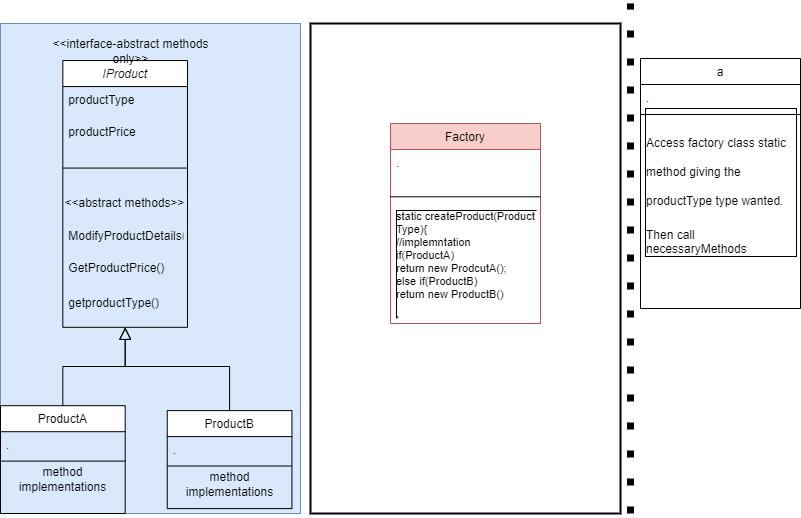
Earlier version of the draw.io export FactoryDesignPattern.png (janwangx/Design-Patterns). Source tidied: cells renumbered, new cells last; positions are measured from the earlier drawing's top-left corner, leaving out a move shared by most shapes. The source it was exported from:
```xml
<mxGraphModel>
  <root>
    <mxCell id="0" />
    <mxCell id="1" parent="0" />
    <mxCell id="2" value="a" style="swimlane;fontStyle=0;align=center;verticalAlign=top;horizontal=1;startSize=26;rounded=0;shadow=0;strokeWidth=1;" parent="1" vertex="1">
      <mxGeometry x="640" y="55" width="160" height="250" as="geometry" />
    </mxCell>
    <mxCell id="3" value="." style="text;align=left;verticalAlign=top;spacingLeft=4;spacingRight=4;overflow=hidden;" parent="2" vertex="1">
      <mxGeometry y="26" width="160" height="26" as="geometry" />
    </mxCell>
    <mxCell id="4" style="line;html=1;strokeWidth=1;align=left;verticalAlign=middle;spacingTop=-1;spacingLeft=3;spacingRight=3;labelPosition=right;" parent="2" vertex="1">
      <mxGeometry y="52" width="160" height="8" as="geometry" />
    </mxCell>
    <mxCell id="5" value="&lt;h1&gt;&lt;span style=&quot;font-size: 12px ; font-weight: 400 ; text-align: center&quot;&gt;Access factory class static method giving the productType type wanted.&lt;/span&gt;&lt;br&gt;&lt;/h1&gt;&lt;div&gt;&lt;span style=&quot;font-size: 12px ; font-weight: 400 ; text-align: center&quot;&gt;Then call necessaryMethods&lt;/span&gt;&lt;/div&gt;" style="text;html=1;strokeColor=none;fillColor=none;spacing=5;spacingTop=-20;whiteSpace=wrap;overflow=hidden;rounded=0;labelBorderColor=default;fontColor=#000000;" parent="2" vertex="1">
      <mxGeometry y="60" width="160" height="160" as="geometry" />
    </mxCell>
    <mxCell id="6" style="endArrow=none;dashed=1;html=1;dashPattern=1 3;strokeWidth=7;rounded=0;fontColor=#000000;strokeColor=#000000;" parent="1" edge="1">
      <mxGeometry relative="1" as="geometry">
        <mxPoint x="630" y="510" as="sourcePoint" />
        <mxPoint x="630" as="targetPoint" />
      </mxGeometry>
    </mxCell>
    <mxCell id="7" style="group;" parent="1" vertex="1">
      <mxGeometry y="20" width="300" height="490" as="geometry" />
    </mxCell>
    <mxCell id="8" style="group;fillColor=#dae8fc;strokeColor=#6c8ebf;" parent="7" vertex="1">
      <mxGeometry width="300" height="490" as="geometry" />
    </mxCell>
    <mxCell id="9" value="ProductA" style="swimlane;fontStyle=0;align=center;verticalAlign=top;horizontal=1;startSize=26;rounded=0;shadow=0;strokeWidth=1;" parent="7" vertex="1">
      <mxGeometry y="382.2" width="124.7" height="107.8" as="geometry" />
    </mxCell>
    <mxCell id="10" value="." style="text;align=left;verticalAlign=top;spacingLeft=4;spacingRight=4;overflow=hidden;" parent="9" vertex="1">
      <mxGeometry y="26" width="124.7" height="25.5" as="geometry" />
    </mxCell>
    <mxCell id="11" style="line;html=1;strokeWidth=1;align=left;verticalAlign=middle;spacingTop=-1;spacingLeft=3;spacingRight=3;labelPosition=right;" parent="9" vertex="1">
      <mxGeometry y="51.5" width="124.7" height="7.8" as="geometry" />
    </mxCell>
    <mxCell id="12" value="method implementations" style="text;html=1;strokeColor=none;fillColor=none;align=center;verticalAlign=middle;whiteSpace=wrap;rounded=0;" parent="9" vertex="1">
      <mxGeometry y="59.3" width="124.7" height="29.4" as="geometry" />
    </mxCell>
    <mxCell id="13" style="endArrow=block;endSize=10;endFill=0;shadow=0;strokeWidth=1;rounded=0;edgeStyle=elbowEdgeStyle;elbow=vertical;entryX=0.5;entryY=1;entryDx=0;entryDy=0;" parent="7" edge="1" source="9" target="20">
      <mxGeometry relative="1" as="geometry">
        <Array as="points">
          <mxPoint x="62.3" y="343" />
          <mxPoint x="187" y="372.4" />
          <mxPoint x="109.1" y="382.2" />
          <mxPoint x="132.5" y="421.4" />
        </Array>
      </mxGeometry>
    </mxCell>
    <mxCell id="14" value="ProductB" style="swimlane;fontStyle=0;align=center;verticalAlign=top;horizontal=1;startSize=26;rounded=0;shadow=0;strokeWidth=1;" parent="7" vertex="1">
      <mxGeometry x="166.8" y="387.1" width="124.7" height="98" as="geometry" />
    </mxCell>
    <mxCell id="15" value="." style="text;align=left;verticalAlign=top;spacingLeft=4;spacingRight=4;overflow=hidden;" parent="14" vertex="1">
      <mxGeometry y="26" width="124.7" height="25.5" as="geometry" />
    </mxCell>
    <mxCell id="16" style="line;html=1;strokeWidth=1;align=left;verticalAlign=middle;spacingTop=-1;spacingLeft=3;spacingRight=3;labelPosition=right;" parent="14" vertex="1">
      <mxGeometry y="51.5" width="124.7" height="7.8" as="geometry" />
    </mxCell>
    <mxCell id="17" value="method implementations" style="text;html=1;strokeColor=none;fillColor=none;align=center;verticalAlign=middle;whiteSpace=wrap;rounded=0;" parent="14" vertex="1">
      <mxGeometry y="59.3" width="124.7" height="29.4" as="geometry" />
    </mxCell>
    <mxCell id="18" style="endArrow=block;endSize=10;endFill=0;shadow=0;strokeWidth=1;rounded=0;edgeStyle=elbowEdgeStyle;elbow=vertical;exitX=0.5;exitY=0;exitDx=0;exitDy=0;entryX=0.5;entryY=1;entryDx=0;entryDy=0;" parent="7" edge="1" source="14" target="20">
      <mxGeometry relative="1" as="geometry">
        <Array as="points">
          <mxPoint x="124.7" y="343" />
          <mxPoint x="163.6" y="372.4" />
          <mxPoint x="163.6" y="362.6" />
          <mxPoint x="187" y="382.2" />
          <mxPoint x="96.6" y="372.4" />
          <mxPoint x="143.4" y="392" />
          <mxPoint x="182.3" y="421.4" />
          <mxPoint x="135.6" y="392" />
          <mxPoint x="213.5" y="421.4" />
          <mxPoint x="127.8" y="392" />
        </Array>
      </mxGeometry>
    </mxCell>
    <mxCell id="19" style="group;" parent="7" vertex="1">
      <mxGeometry x="62.3" width="214.3" height="303.8" as="geometry" />
    </mxCell>
    <mxCell id="20" value="IProduct" style="swimlane;fontStyle=2;align=center;verticalAlign=top;horizontal=1;startSize=26;rounded=0;shadow=0;strokeWidth=1;" parent="19" vertex="1">
      <mxGeometry y="37" width="124.7" height="266.8" as="geometry" />
    </mxCell>
    <mxCell id="21" value="productType" style="text;align=left;verticalAlign=top;spacingLeft=4;spacingRight=4;overflow=hidden;rounded=0;shadow=0;html=0;" parent="20" vertex="1">
      <mxGeometry y="26" width="124.7" height="32.1" as="geometry" />
    </mxCell>
    <mxCell id="22" value="productPrice" style="text;align=left;verticalAlign=top;spacingLeft=4;spacingRight=4;overflow=hidden;rounded=0;shadow=0;html=0;" parent="20" vertex="1">
      <mxGeometry y="58.1" width="124.7" height="32.1" as="geometry" />
    </mxCell>
    <mxCell id="23" style="line;html=1;strokeWidth=1;align=left;verticalAlign=middle;spacingTop=-1;spacingLeft=3;spacingRight=3;labelPosition=right;" parent="20" vertex="1">
      <mxGeometry y="90.2" width="124.7" height="34.6" as="geometry" />
    </mxCell>
    <mxCell id="24" value="&amp;lt;&amp;lt;abstract methods&amp;gt;&amp;gt;" style="text;html=1;strokeColor=none;fillColor=none;align=center;verticalAlign=middle;whiteSpace=wrap;rounded=0;" parent="20" vertex="1">
      <mxGeometry y="124.8" width="124.7" height="37" as="geometry" />
    </mxCell>
    <mxCell id="25" value="ModifyProductDetails()" style="text;align=left;verticalAlign=top;spacingLeft=4;spacingRight=4;overflow=hidden;rounded=0;shadow=0;html=0;" parent="20" vertex="1">
      <mxGeometry y="161.8" width="124.7" height="32.1" as="geometry" />
    </mxCell>
    <mxCell id="26" value="GetProductPrice()" style="text;align=left;verticalAlign=top;spacingLeft=4;spacingRight=4;overflow=hidden;" parent="20" vertex="1">
      <mxGeometry y="194" width="124.7" height="34.6" as="geometry" />
    </mxCell>
    <mxCell id="27" value="getproductType()" style="text;align=left;verticalAlign=top;spacingLeft=4;spacingRight=4;overflow=hidden;" parent="20" vertex="1">
      <mxGeometry y="228.5" width="124.7" height="32.1" as="geometry" />
    </mxCell>
    <mxCell id="28" value="&amp;lt;&amp;lt;interface-abstract methods only&amp;gt;&amp;gt;" style="text;html=1;strokeColor=none;fillColor=none;align=center;verticalAlign=middle;whiteSpace=wrap;rounded=0;" parent="19" vertex="1">
      <mxGeometry x="-19.5" y="9.8" width="175.3" height="37" as="geometry" />
    </mxCell>
    <mxCell id="29" style="group;strokeWidth=2;strokeColor=default;" parent="1" vertex="1">
      <mxGeometry x="310" y="20" width="310" height="490" as="geometry" />
    </mxCell>
    <mxCell id="30" value="Factory" style="swimlane;fontStyle=0;align=center;verticalAlign=top;horizontal=1;startSize=26;rounded=0;shadow=0;strokeWidth=1;strokeColor=#b85450;fillColor=#f8cecc;" parent="1" vertex="1">
      <mxGeometry x="390" y="120" width="150" height="200" as="geometry" />
    </mxCell>
    <mxCell id="31" style="group;" parent="30" vertex="1">
      <mxGeometry y="26" width="150" height="164" as="geometry" />
    </mxCell>
    <mxCell id="32" value="." style="text;align=left;verticalAlign=top;spacingLeft=4;spacingRight=4;overflow=hidden;" parent="31" vertex="1">
      <mxGeometry width="150" height="41" as="geometry" />
    </mxCell>
    <mxCell id="33" style="line;html=1;strokeWidth=1;align=left;verticalAlign=middle;spacingTop=-1;spacingLeft=3;spacingRight=3;labelPosition=right;" parent="31" vertex="1">
      <mxGeometry y="41" width="150" height="12.6" as="geometry" />
    </mxCell>
    <mxCell id="34" value="static createProduct(Product&#10;Type){&#10;//implemntation&#10;if(ProductA)&#10;return new ProdcutA();&#10;else if(ProductB)&#10;return new ProductB()&#10;&#10;}" style="text;align=left;verticalAlign=top;spacingLeft=4;spacingRight=4;overflow=hidden;labelBorderColor=default;fontSize=11;strokeWidth=2;" parent="31" vertex="1">
      <mxGeometry y="53.6" width="150" height="110.4" as="geometry" />
    </mxCell>
  </root>
</mxGraphModel>
```
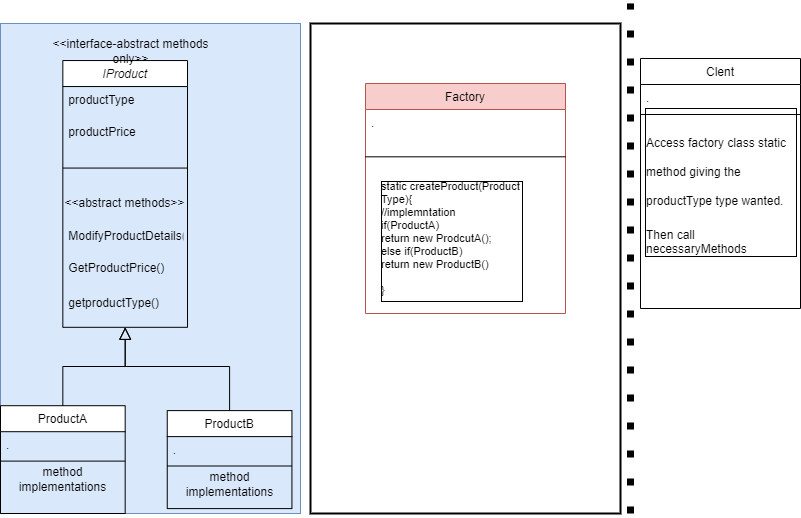
After the change.

What changed in the source:
```diff
@@ -2,7 +2,7 @@
   <root>
     <mxCell id="0" />
     <mxCell id="1" parent="0" />
-    <mxCell id="2" value="a" style="swimlane;fontStyle=0;align=center;verticalAlign=top;horizontal=1;startSize=26;rounded=0;shadow=0;strokeWidth=1;" parent="1" vertex="1">
+    <mxCell id="2" value="Clent" style="swimlane;fontStyle=0;align=center;verticalAlign=top;horizontal=1;startSize=26;rounded=0;shadow=0;strokeWidth=1;" parent="1" vertex="1">
       <mxGeometry x="640" y="55" width="160" height="250" as="geometry" />
     </mxCell>
     <mxCell id="3" value="." style="text;align=left;verticalAlign=top;spacingLeft=4;spacingRight=4;overflow=hidden;" parent="2" vertex="1">
@@ -110,19 +110,19 @@
       <mxGeometry x="310" y="20" width="310" height="490" as="geometry" />
     </mxCell>
     <mxCell id="30" value="Factory" style="swimlane;fontStyle=0;align=center;verticalAlign=top;horizontal=1;startSize=26;rounded=0;shadow=0;strokeWidth=1;strokeColor=#b85450;fillColor=#f8cecc;" parent="1" vertex="1">
-      <mxGeometry x="390" y="120" width="150" height="200" as="geometry" />
+      <mxGeometry x="365" y="80" width="200" height="230" as="geometry" />
     </mxCell>
     <mxCell id="31" style="group;" parent="30" vertex="1">
-      <mxGeometry y="26" width="150" height="164" as="geometry" />
+      <mxGeometry y="26" width="200" height="180" as="geometry" />
     </mxCell>
     <mxCell id="32" value="." style="text;align=left;verticalAlign=top;spacingLeft=4;spacingRight=4;overflow=hidden;" parent="31" vertex="1">
       <mxGeometry width="150" height="41" as="geometry" />
     </mxCell>
     <mxCell id="33" style="line;html=1;strokeWidth=1;align=left;verticalAlign=middle;spacingTop=-1;spacingLeft=3;spacingRight=3;labelPosition=right;" parent="31" vertex="1">
-      <mxGeometry y="41" width="150" height="12.6" as="geometry" />
+      <mxGeometry y="41" width="200" height="12.6" as="geometry" />
     </mxCell>
     <mxCell id="34" value="static createProduct(Product&#10;Type){&#10;//implemntation&#10;if(ProductA)&#10;return new ProdcutA();&#10;else if(ProductB)&#10;return new ProductB()&#10;&#10;}" style="text;align=left;verticalAlign=top;spacingLeft=4;spacingRight=4;overflow=hidden;labelBorderColor=default;fontSize=11;strokeWidth=2;" parent="31" vertex="1">
-      <mxGeometry y="53.6" width="150" height="110.4" as="geometry" />
+      <mxGeometry x="10" y="64" width="190" height="126.4" as="geometry" />
     </mxCell>
   </root>
 </mxGraphModel>
```
